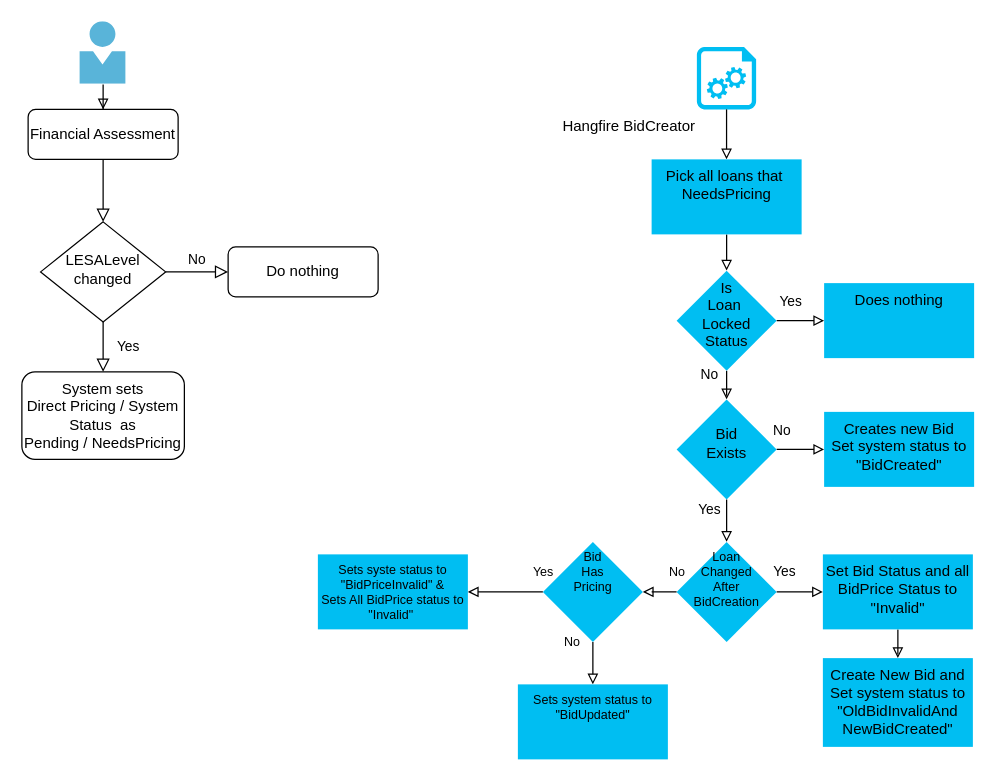
Earlier version of the draw.io diagram FCLP-Pricing.drawio (lhesnadeemshaikh/pluralsight-course-react-aspnet-core). Source tidied: cells renumbered, new cells numbered last; positions are measured from the earlier drawing's top-left corner, leaving out a move shared by most shapes. Both pictures are drawn from the tidied source at 125%, with x=0, y=0 at pixel (21, 21).
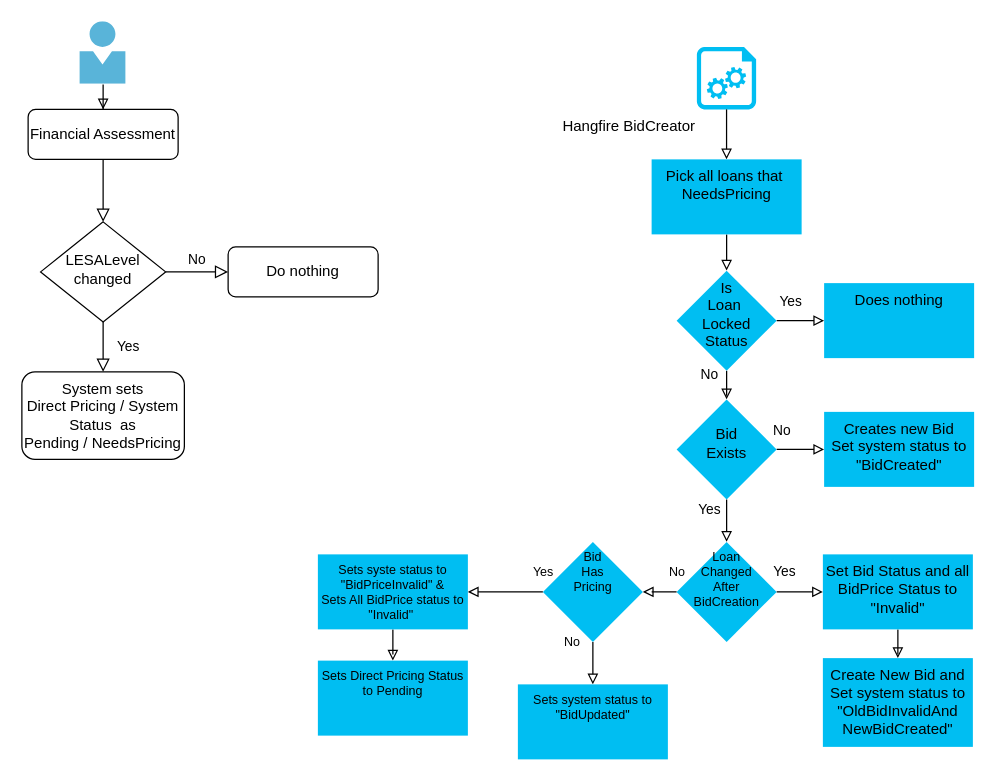
The same diagram, later.

Commit message:
hangfire bids creator update

The change refers to these unchanged cells:
```xml
<mxCell id="32" value="Sets syste status to &quot;BidPriceInvalid&quot; &amp;amp; &lt;br&gt;Sets All BidPrice status to &quot;Invalid&quot;&amp;nbsp;" style="whiteSpace=wrap;html=1;fontSize=10;verticalAlign=top;strokeColor=none;fillColor=#00BEF2;" parent="1" vertex="1">
  <mxGeometry x="236.8" y="426" width="120" height="60" as="geometry" />
</mxCell>
```

The edit, as a diff of the source:
```diff
@@
+    <mxCell id="34" style="edgeStyle=orthogonalEdgeStyle;rounded=0;jettySize=auto;html=1;endArrow=block;endFill=0;fontSize=10;" parent="1" edge="1" source="32" target="35">
+      <mxGeometry relative="1" as="geometry" />
+    </mxCell>
@@
+    <mxCell id="35" value="Sets Direct Pricing Status to Pending" style="whiteSpace=wrap;html=1;fontSize=10;verticalAlign=top;strokeColor=none;fillColor=#00BEF2;" parent="1" vertex="1">
+      <mxGeometry x="236.8" y="511" width="120" height="60" as="geometry" />
+    </mxCell>
```
